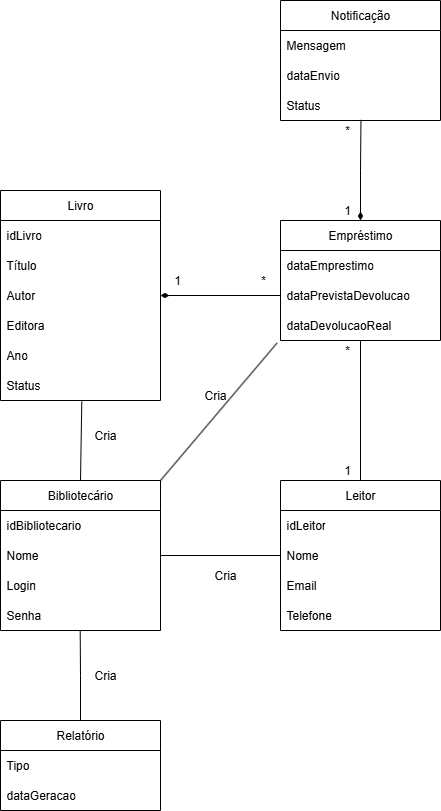
The draw.io diagram ModeloDeDominio.drawio.png in Zaibam/Projeto-DesenvolvimentoDeSistemas-2, before a commit. Source tidied: cells renumbered, new cells last; positions are measured from the earlier drawing's top-left corner, leaving out a move shared by most shapes.
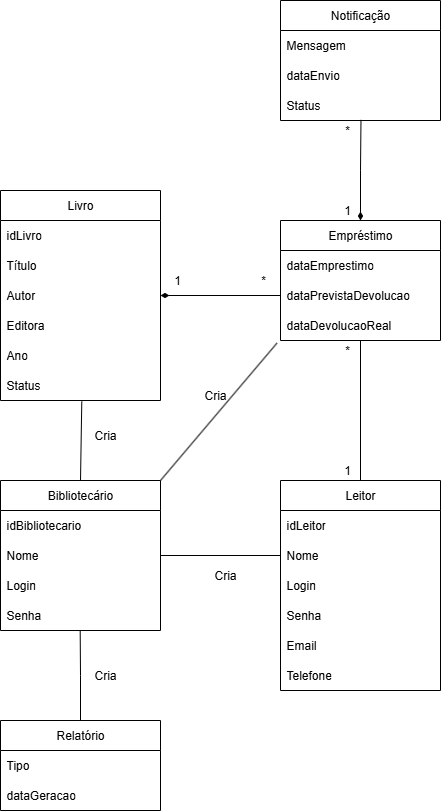
The same file after the commit.

Diff of the diagram source:
```diff
@@ -6,7 +6,7 @@
       <mxGeometry relative="1" as="geometry" />
     </mxCell>
     <mxCell id="3" value="Leitor" style="swimlane;fontStyle=0;horizontal=1;startSize=30;whiteSpace=wrap;html=1;" parent="1" vertex="1">
-      <mxGeometry x="280" y="480" width="160" height="150" as="geometry" />
+      <mxGeometry x="280" y="480" width="160" height="210" as="geometry" />
     </mxCell>
     <mxCell id="4" value="idLeitor" style="text;strokeColor=none;fillColor=none;align=left;verticalAlign=middle;spacingLeft=4;spacingRight=4;overflow=hidden;whiteSpace=wrap;html=1;" parent="3" vertex="1">
       <mxGeometry y="30" width="160" height="30" as="geometry" />
@@ -14,11 +14,17 @@
     <mxCell id="5" value="Nome" style="text;strokeColor=none;fillColor=none;align=left;verticalAlign=middle;spacingLeft=4;spacingRight=4;overflow=hidden;points=[[0,0.5],[1,0.5]];portConstraint=eastwest;whiteSpace=wrap;html=1;" parent="3" vertex="1">
       <mxGeometry y="60" width="160" height="30" as="geometry" />
     </mxCell>
+    <mxCell id="47" value="Login" style="text;strokeColor=none;fillColor=none;align=left;verticalAlign=middle;spacingLeft=4;spacingRight=4;overflow=hidden;whiteSpace=wrap;html=1;" parent="3" vertex="1">
+      <mxGeometry y="90" width="160" height="30" as="geometry" />
+    </mxCell>
+    <mxCell id="48" value="Senha" style="text;strokeColor=none;fillColor=none;align=left;verticalAlign=middle;spacingLeft=4;spacingRight=4;overflow=hidden;whiteSpace=wrap;html=1;" parent="3" vertex="1">
+      <mxGeometry y="120" width="160" height="30" as="geometry" />
+    </mxCell>
     <mxCell id="6" value="Email" style="text;strokeColor=none;fillColor=none;align=left;verticalAlign=middle;spacingLeft=4;spacingRight=4;overflow=hidden;whiteSpace=wrap;html=1;" parent="3" vertex="1">
-      <mxGeometry y="90" width="160" height="30" as="geometry" />
+      <mxGeometry y="150" width="160" height="30" as="geometry" />
     </mxCell>
     <mxCell id="7" value="Telefone" style="text;strokeColor=none;fillColor=none;align=left;verticalAlign=middle;spacingLeft=4;spacingRight=4;overflow=hidden;whiteSpace=wrap;html=1;" parent="3" vertex="1">
-      <mxGeometry y="120" width="160" height="30" as="geometry" />
+      <mxGeometry y="180" width="160" height="30" as="geometry" />
     </mxCell>
     <mxCell id="8" value="Bibliotecário" style="swimlane;fontStyle=0;horizontal=1;startSize=30;whiteSpace=wrap;html=1;" parent="1" vertex="1">
       <mxGeometry y="480" width="160" height="150" as="geometry" />
```
